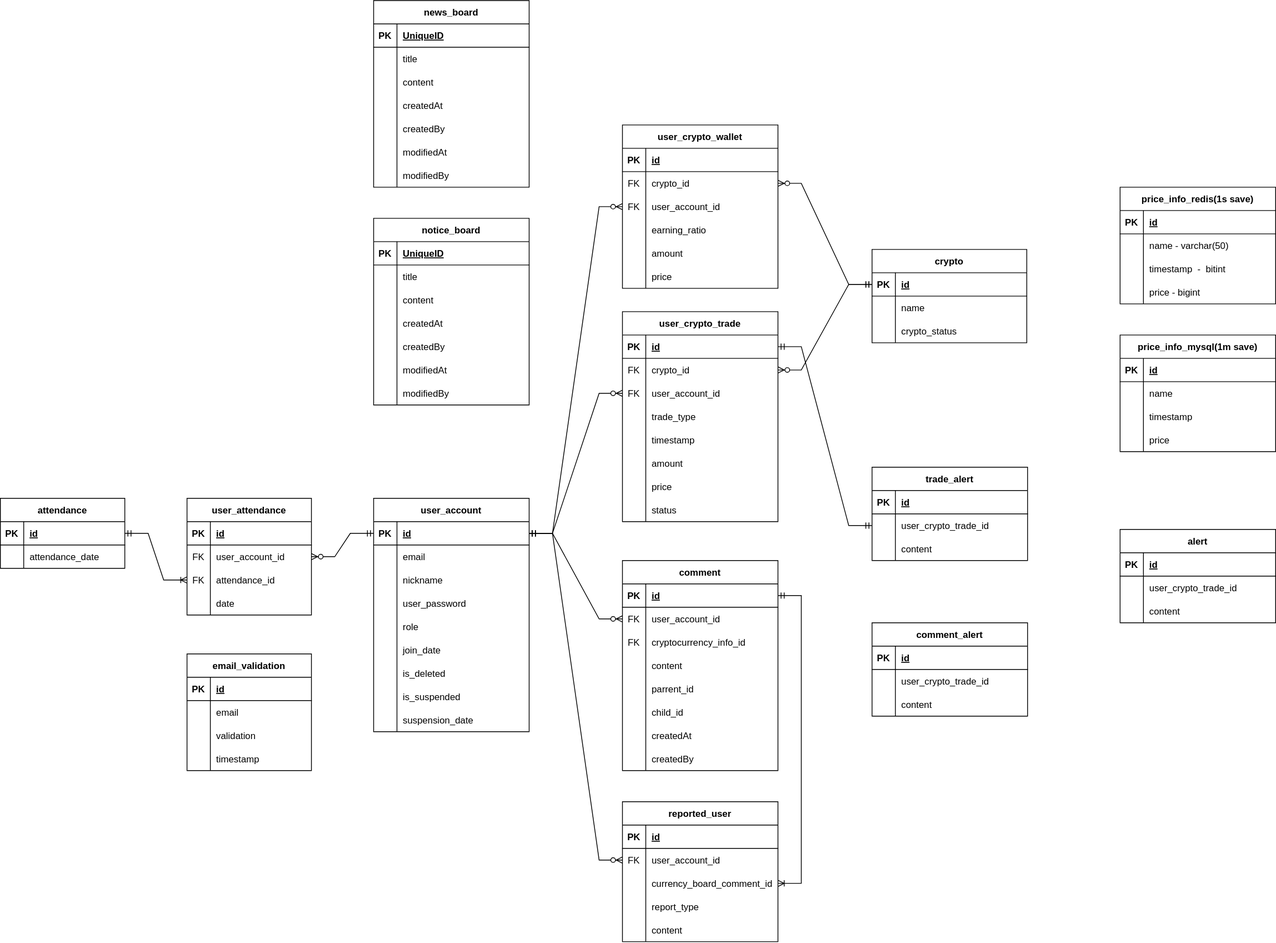
Above: document/erd.svg in O0oO0Oo/Bitcoin-Simulated-Investment-BE (draw.io), before the change. Source tidied: cells renumbered, new cells last; positions are measured from the earlier drawing's top-left corner, leaving out a move shared by most shapes.
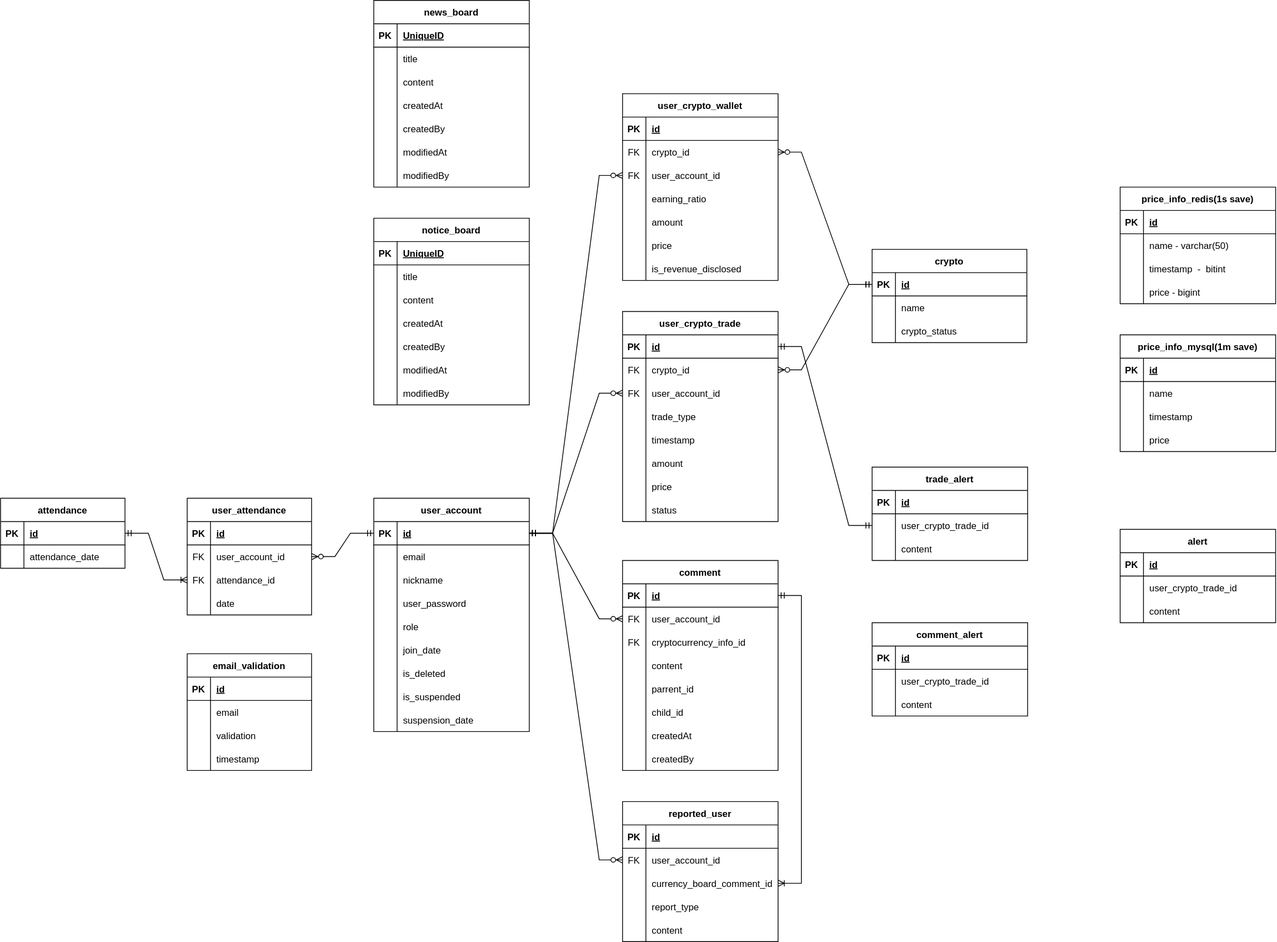
The same file after the commit.

Diff of the diagram source:
```diff
@@ -80,9 +80,9 @@
     <mxCell id="27" style="shape=tableRow;horizontal=0;startSize=0;swimlaneHead=0;swimlaneBody=0;fillColor=none;top=0;left=0;right=0;bottom=0;" parent="2" vertex="1">
       <mxGeometry y="270" width="200" height="30" as="geometry" />
     </mxCell>
-    <mxCell id="28" style="shape=partialRectangle;fillColor=none;top=0;left=0;bottom=0;right=0;overflow=hidden;" parent="27" vertex="1">
-      <mxGeometry width="30" height="30" as="geometry" />
-    </mxCell>
+    <mxCell id="270" style="shape=partialRectangle;fillColor=none;top=0;left=0;bottom=0;right=0;overflow=hidden;" parent="27" vertex="1">
+      <mxGeometry width="30" height="30" as="geometry" />
+    </mxCell>
     <mxCell id="29" value="suspension_date" style="shape=partialRectangle;fillColor=none;top=0;left=0;bottom=0;right=0;align=left;spacingLeft=6;overflow=hidden;" parent="27" vertex="1">
       <mxGeometry x="30" width="170" height="30" as="geometry" />
     </mxCell>
@@ -591,7 +591,7 @@
       <mxGeometry x="30" width="130" height="30" as="geometry" />
     </mxCell>
     <mxCell id="198" value="user_crypto_wallet" style="shape=table;startSize=30;rowLines=0;fontStyle=1;align=center;" parent="1" vertex="1">
-      <mxGeometry x="800" y="160" width="200" height="210" as="geometry" />
+      <mxGeometry x="800" y="120" width="200" height="240" as="geometry" />
     </mxCell>
     <mxCell id="199" style="shape=tableRow;horizontal=0;startSize=0;swimlaneHead=0;swimlaneBody=0;fillColor=none;top=0;left=0;right=0;bottom=1;" parent="198" vertex="1">
       <mxGeometry y="30" width="200" height="30" as="geometry" />
@@ -647,6 +647,15 @@
     <mxCell id="216" value="price" style="shape=partialRectangle;fillColor=none;top=0;left=0;bottom=0;right=0;align=left;spacingLeft=6;overflow=hidden;" parent="214" vertex="1">
       <mxGeometry x="30" width="170" height="30" as="geometry" />
     </mxCell>
+    <mxCell id="271" style="shape=tableRow;horizontal=0;startSize=0;swimlaneHead=0;swimlaneBody=0;fillColor=none;top=0;left=0;right=0;bottom=0;" parent="198" vertex="1">
+      <mxGeometry y="210" width="200" height="30" as="geometry" />
+    </mxCell>
+    <mxCell id="272" style="shape=partialRectangle;fillColor=none;top=0;left=0;bottom=0;right=0;overflow=hidden;" parent="271" vertex="1">
+      <mxGeometry width="30" height="30" as="geometry" />
+    </mxCell>
+    <mxCell id="273" value="is_revenue_disclosed" style="shape=partialRectangle;fillColor=none;top=0;left=0;bottom=0;right=0;align=left;spacingLeft=6;overflow=hidden;" parent="271" vertex="1">
+      <mxGeometry x="30" width="170" height="30" as="geometry" />
+    </mxCell>
     <mxCell id="217" style="edgeStyle=orthogonalEdgeStyle;rounded=0;orthogonalLoop=1;jettySize=auto;html=1;exitX=1;exitY=0.5;exitDx=0;exitDy=0;" parent="198" edge="1" source="205" target="205">
       <mxGeometry relative="1" as="geometry" />
     </mxCell>
```
